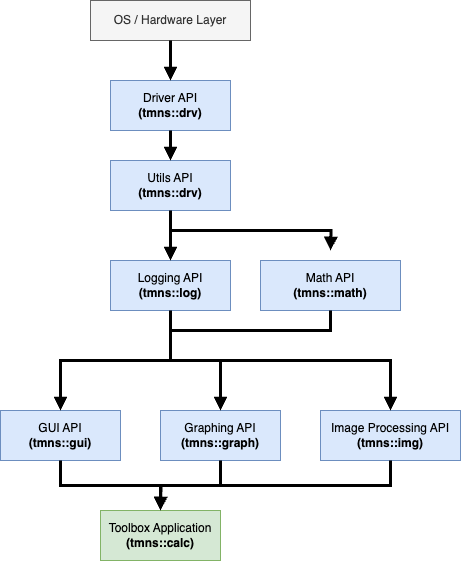
This is docs/diagrams/Calc-Dependencies.png from marvins/calc-app, a draw.io export, as it was before one commit. Source tidied: cells renumbered, new cells last; positions are measured from the earlier drawing's top-left corner, leaving out a move shared by most shapes. Source of this version:
```xml
<mxGraphModel>
  <root>
    <mxCell id="0" />
    <mxCell id="1" parent="0" />
    <mxCell id="2" value="Driver API&lt;div&gt;&lt;b&gt;(tmns::drv)&lt;/b&gt;&lt;/div&gt;" style="rounded=0;whiteSpace=wrap;html=1;fillColor=#dae8fc;strokeColor=#6c8ebf;" parent="1" vertex="1">
      <mxGeometry x="110" y="80" width="120" height="50" as="geometry" />
    </mxCell>
    <mxCell id="3" value="OS / Hardware Layer" style="rounded=0;whiteSpace=wrap;html=1;fillColor=#f5f5f5;fontColor=#333333;strokeColor=#666666;" parent="1" vertex="1">
      <mxGeometry x="90" width="160" height="40" as="geometry" />
    </mxCell>
    <mxCell id="4" value="Utils API&lt;div&gt;&lt;b&gt;(tmns::drv)&lt;/b&gt;&lt;/div&gt;" style="rounded=0;whiteSpace=wrap;html=1;fillColor=#dae8fc;strokeColor=#6c8ebf;" parent="1" vertex="1">
      <mxGeometry x="110" y="160" width="120" height="50" as="geometry" />
    </mxCell>
    <mxCell id="5" value="Logging API&lt;div&gt;&lt;b&gt;(tmns::log)&lt;/b&gt;&lt;/div&gt;" style="rounded=0;whiteSpace=wrap;html=1;fillColor=#dae8fc;strokeColor=#6c8ebf;" parent="1" vertex="1">
      <mxGeometry x="110" y="260" width="120" height="50" as="geometry" />
    </mxCell>
    <mxCell id="6" value="&lt;div&gt;GUI API&lt;/div&gt;&lt;div&gt;&lt;b&gt;(tmns::gui)&lt;/b&gt;&lt;/div&gt;" style="rounded=0;whiteSpace=wrap;html=1;fillColor=#dae8fc;strokeColor=#6c8ebf;" parent="1" vertex="1">
      <mxGeometry y="410" width="120" height="50" as="geometry" />
    </mxCell>
    <mxCell id="7" value="&lt;div&gt;Graphing API&lt;/div&gt;&lt;div&gt;&lt;b&gt;(tmns::graph)&lt;/b&gt;&lt;/div&gt;" style="rounded=0;whiteSpace=wrap;html=1;fillColor=#dae8fc;strokeColor=#6c8ebf;" parent="1" vertex="1">
      <mxGeometry x="160" y="410" width="120" height="50" as="geometry" />
    </mxCell>
    <mxCell id="8" value="&lt;div&gt;&lt;span style=&quot;background-color: transparent; color: light-dark(rgb(0, 0, 0), rgb(255, 255, 255));&quot;&gt;Toolbox Application&lt;/span&gt;&lt;/div&gt;&lt;div&gt;&lt;b style=&quot;background-color: transparent; color: light-dark(rgb(0, 0, 0), rgb(255, 255, 255));&quot;&gt;(tmns::calc)&lt;/b&gt;&lt;/div&gt;" style="rounded=0;whiteSpace=wrap;html=1;fillColor=#d5e8d4;strokeColor=#82b366;" parent="1" vertex="1">
      <mxGeometry x="100" y="510" width="120" height="50" as="geometry" />
    </mxCell>
    <mxCell id="9" style="endArrow=block;html=1;rounded=0;exitX=0.5;exitY=1;exitDx=0;exitDy=0;entryX=0.5;entryY=0;entryDx=0;entryDy=0;strokeWidth=3;endFill=1;" parent="1" edge="1" source="2" target="4">
      <mxGeometry relative="1" as="geometry" />
    </mxCell>
    <mxCell id="10" style="endArrow=block;html=1;rounded=0;exitX=0.5;exitY=1;exitDx=0;exitDy=0;strokeWidth=3;endFill=1;" parent="1" edge="1" source="3">
      <mxGeometry relative="1" as="geometry">
        <mxPoint x="170" y="80" as="targetPoint" />
      </mxGeometry>
    </mxCell>
    <mxCell id="11" style="endArrow=block;html=1;rounded=0;strokeWidth=3;endFill=1;entryX=0.5;entryY=0;entryDx=0;entryDy=0;exitX=0.5;exitY=1;exitDx=0;exitDy=0;" parent="1" edge="1" source="4" target="5">
      <mxGeometry relative="1" as="geometry" />
    </mxCell>
    <mxCell id="12" style="endArrow=block;html=1;rounded=0;strokeWidth=3;endFill=1;entryX=0.5;entryY=0;entryDx=0;entryDy=0;exitX=0.5;exitY=1;exitDx=0;exitDy=0;edgeStyle=orthogonalEdgeStyle;" parent="1" edge="1" source="5" target="6">
      <mxGeometry relative="1" as="geometry" />
    </mxCell>
    <mxCell id="13" style="endArrow=block;html=1;rounded=0;strokeWidth=3;endFill=1;entryX=0.5;entryY=0;entryDx=0;entryDy=0;exitX=0.5;exitY=1;exitDx=0;exitDy=0;edgeStyle=orthogonalEdgeStyle;" parent="1" edge="1" source="5" target="7">
      <mxGeometry relative="1" as="geometry" />
    </mxCell>
    <mxCell id="14" style="endArrow=block;html=1;rounded=0;strokeWidth=3;endFill=1;entryX=0.5;entryY=0;entryDx=0;entryDy=0;exitX=0.5;exitY=1;exitDx=0;exitDy=0;edgeStyle=orthogonalEdgeStyle;" parent="1" edge="1" source="6" target="8">
      <mxGeometry relative="1" as="geometry" />
    </mxCell>
    <mxCell id="15" style="endArrow=block;html=1;rounded=0;strokeWidth=3;endFill=1;exitX=0.5;exitY=1;exitDx=0;exitDy=0;edgeStyle=orthogonalEdgeStyle;" parent="1" edge="1" source="7">
      <mxGeometry relative="1" as="geometry">
        <mxPoint x="160" y="510" as="targetPoint" />
      </mxGeometry>
    </mxCell>
    <mxCell id="16" value="&lt;div&gt;Image Processing API&lt;/div&gt;&lt;div&gt;&lt;b&gt;(tmns::img)&lt;/b&gt;&lt;/div&gt;" style="rounded=0;whiteSpace=wrap;html=1;fillColor=#dae8fc;strokeColor=#6c8ebf;" parent="1" vertex="1">
      <mxGeometry x="320" y="410" width="140" height="50" as="geometry" />
    </mxCell>
    <mxCell id="17" style="endArrow=block;html=1;rounded=0;strokeWidth=3;endFill=1;entryX=0.5;entryY=0;entryDx=0;entryDy=0;exitX=0.5;exitY=1;exitDx=0;exitDy=0;edgeStyle=orthogonalEdgeStyle;" parent="1" edge="1" source="5" target="16">
      <mxGeometry relative="1" as="geometry" />
    </mxCell>
    <mxCell id="18" style="endArrow=block;html=1;rounded=0;strokeWidth=3;endFill=1;entryX=0.5;entryY=0;entryDx=0;entryDy=0;exitX=0.5;exitY=1;exitDx=0;exitDy=0;edgeStyle=orthogonalEdgeStyle;" parent="1" edge="1" source="16" target="8">
      <mxGeometry relative="1" as="geometry" />
    </mxCell>
    <mxCell id="19" value="&lt;div&gt;&lt;span style=&quot;background-color: transparent; color: light-dark(rgb(0, 0, 0), rgb(255, 255, 255));&quot;&gt;Math API&lt;/span&gt;&lt;/div&gt;&lt;div&gt;&lt;b style=&quot;background-color: transparent; color: light-dark(rgb(0, 0, 0), rgb(255, 255, 255));&quot;&gt;(tmns::math)&lt;/b&gt;&lt;/div&gt;" style="rounded=0;whiteSpace=wrap;html=1;fillColor=#dae8fc;strokeColor=#6c8ebf;" parent="1" vertex="1">
      <mxGeometry x="260" y="260" width="140" height="50" as="geometry" />
    </mxCell>
    <mxCell id="20" style="endArrow=block;html=1;rounded=0;strokeWidth=3;endFill=1;exitX=0.5;exitY=1;exitDx=0;exitDy=0;edgeStyle=orthogonalEdgeStyle;" parent="1" edge="1" source="4">
      <mxGeometry relative="1" as="geometry">
        <mxPoint x="330" y="250" as="targetPoint" />
      </mxGeometry>
    </mxCell>
    <mxCell id="21" style="endArrow=none;html=1;rounded=0;strokeWidth=3;endFill=0;exitX=0.5;exitY=1;exitDx=0;exitDy=0;edgeStyle=orthogonalEdgeStyle;entryX=0.5;entryY=1;entryDx=0;entryDy=0;" parent="1" edge="1" source="5" target="19">
      <mxGeometry relative="1" as="geometry">
        <Array as="points">
          <mxPoint x="170" y="330" />
          <mxPoint x="330" y="330" />
        </Array>
      </mxGeometry>
    </mxCell>
  </root>
</mxGraphModel>
```
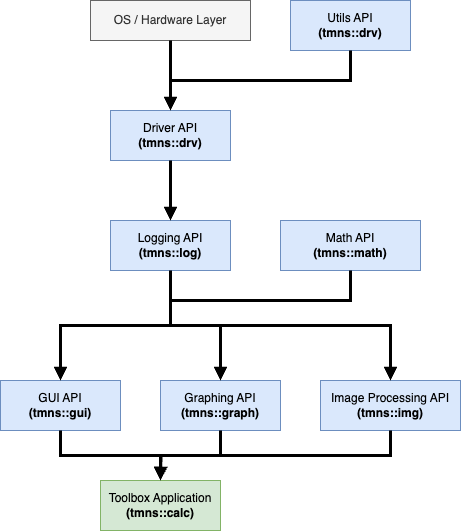
After the change.

The edit, as a diff of the source:
```diff
@@ -3,16 +3,16 @@
     <mxCell id="0" />
     <mxCell id="1" parent="0" />
     <mxCell id="2" value="Driver API&lt;div&gt;&lt;b&gt;(tmns::drv)&lt;/b&gt;&lt;/div&gt;" style="rounded=0;whiteSpace=wrap;html=1;fillColor=#dae8fc;strokeColor=#6c8ebf;" parent="1" vertex="1">
-      <mxGeometry x="110" y="80" width="120" height="50" as="geometry" />
+      <mxGeometry x="110" y="140" width="120" height="50" as="geometry" />
     </mxCell>
     <mxCell id="3" value="OS / Hardware Layer" style="rounded=0;whiteSpace=wrap;html=1;fillColor=#f5f5f5;fontColor=#333333;strokeColor=#666666;" parent="1" vertex="1">
-      <mxGeometry x="90" width="160" height="40" as="geometry" />
+      <mxGeometry x="90" y="30" width="160" height="40" as="geometry" />
     </mxCell>
     <mxCell id="4" value="Utils API&lt;div&gt;&lt;b&gt;(tmns::drv)&lt;/b&gt;&lt;/div&gt;" style="rounded=0;whiteSpace=wrap;html=1;fillColor=#dae8fc;strokeColor=#6c8ebf;" parent="1" vertex="1">
-      <mxGeometry x="110" y="160" width="120" height="50" as="geometry" />
+      <mxGeometry x="290" y="30" width="120" height="50" as="geometry" />
     </mxCell>
     <mxCell id="5" value="Logging API&lt;div&gt;&lt;b&gt;(tmns::log)&lt;/b&gt;&lt;/div&gt;" style="rounded=0;whiteSpace=wrap;html=1;fillColor=#dae8fc;strokeColor=#6c8ebf;" parent="1" vertex="1">
-      <mxGeometry x="110" y="260" width="120" height="50" as="geometry" />
+      <mxGeometry x="110" y="250" width="120" height="50" as="geometry" />
     </mxCell>
     <mxCell id="6" value="&lt;div&gt;GUI API&lt;/div&gt;&lt;div&gt;&lt;b&gt;(tmns::gui)&lt;/b&gt;&lt;/div&gt;" style="rounded=0;whiteSpace=wrap;html=1;fillColor=#dae8fc;strokeColor=#6c8ebf;" parent="1" vertex="1">
       <mxGeometry y="410" width="120" height="50" as="geometry" />
@@ -23,15 +23,17 @@
     <mxCell id="8" value="&lt;div&gt;&lt;span style=&quot;background-color: transparent; color: light-dark(rgb(0, 0, 0), rgb(255, 255, 255));&quot;&gt;Toolbox Application&lt;/span&gt;&lt;/div&gt;&lt;div&gt;&lt;b style=&quot;background-color: transparent; color: light-dark(rgb(0, 0, 0), rgb(255, 255, 255));&quot;&gt;(tmns::calc)&lt;/b&gt;&lt;/div&gt;" style="rounded=0;whiteSpace=wrap;html=1;fillColor=#d5e8d4;strokeColor=#82b366;" parent="1" vertex="1">
       <mxGeometry x="100" y="510" width="120" height="50" as="geometry" />
     </mxCell>
-    <mxCell id="9" style="endArrow=block;html=1;rounded=0;exitX=0.5;exitY=1;exitDx=0;exitDy=0;entryX=0.5;entryY=0;entryDx=0;entryDy=0;strokeWidth=3;endFill=1;" parent="1" edge="1" source="2" target="4">
+    <mxCell id="9" style="endArrow=block;html=1;rounded=0;exitX=0.5;exitY=1;exitDx=0;exitDy=0;entryX=0.5;entryY=0;entryDx=0;entryDy=0;strokeWidth=3;endFill=1;" parent="1" edge="1" source="2" target="5">
       <mxGeometry relative="1" as="geometry" />
     </mxCell>
-    <mxCell id="10" style="endArrow=block;html=1;rounded=0;exitX=0.5;exitY=1;exitDx=0;exitDy=0;strokeWidth=3;endFill=1;" parent="1" edge="1" source="3">
+    <mxCell id="10" style="endArrow=block;html=1;rounded=0;exitX=0.5;exitY=1;exitDx=0;exitDy=0;strokeWidth=3;endFill=1;entryX=0.5;entryY=0;entryDx=0;entryDy=0;" parent="1" edge="1" source="3" target="2">
       <mxGeometry relative="1" as="geometry">
-        <mxPoint x="170" y="80" as="targetPoint" />
+        <Array as="points">
+          <mxPoint x="170" y="70" />
+        </Array>
       </mxGeometry>
     </mxCell>
-    <mxCell id="11" style="endArrow=block;html=1;rounded=0;strokeWidth=3;endFill=1;entryX=0.5;entryY=0;entryDx=0;entryDy=0;exitX=0.5;exitY=1;exitDx=0;exitDy=0;" parent="1" edge="1" source="4" target="5">
+    <mxCell id="11" style="endArrow=block;html=1;rounded=0;strokeWidth=3;endFill=1;entryX=0.5;entryY=0;entryDx=0;entryDy=0;exitX=0.5;exitY=1;exitDx=0;exitDy=0;edgeStyle=orthogonalEdgeStyle;" parent="1" edge="1" source="4" target="2">
       <mxGeometry relative="1" as="geometry" />
     </mxCell>
     <mxCell id="12" style="endArrow=block;html=1;rounded=0;strokeWidth=3;endFill=1;entryX=0.5;entryY=0;entryDx=0;entryDy=0;exitX=0.5;exitY=1;exitDx=0;exitDy=0;edgeStyle=orthogonalEdgeStyle;" parent="1" edge="1" source="5" target="6">
@@ -58,18 +60,13 @@
       <mxGeometry relative="1" as="geometry" />
     </mxCell>
     <mxCell id="19" value="&lt;div&gt;&lt;span style=&quot;background-color: transparent; color: light-dark(rgb(0, 0, 0), rgb(255, 255, 255));&quot;&gt;Math API&lt;/span&gt;&lt;/div&gt;&lt;div&gt;&lt;b style=&quot;background-color: transparent; color: light-dark(rgb(0, 0, 0), rgb(255, 255, 255));&quot;&gt;(tmns::math)&lt;/b&gt;&lt;/div&gt;" style="rounded=0;whiteSpace=wrap;html=1;fillColor=#dae8fc;strokeColor=#6c8ebf;" parent="1" vertex="1">
-      <mxGeometry x="260" y="260" width="140" height="50" as="geometry" />
+      <mxGeometry x="280" y="250" width="140" height="50" as="geometry" />
     </mxCell>
-    <mxCell id="20" style="endArrow=block;html=1;rounded=0;strokeWidth=3;endFill=1;exitX=0.5;exitY=1;exitDx=0;exitDy=0;edgeStyle=orthogonalEdgeStyle;" parent="1" edge="1" source="4">
-      <mxGeometry relative="1" as="geometry">
-        <mxPoint x="330" y="250" as="targetPoint" />
-      </mxGeometry>
-    </mxCell>
-    <mxCell id="21" style="endArrow=none;html=1;rounded=0;strokeWidth=3;endFill=0;exitX=0.5;exitY=1;exitDx=0;exitDy=0;edgeStyle=orthogonalEdgeStyle;entryX=0.5;entryY=1;entryDx=0;entryDy=0;" parent="1" edge="1" source="5" target="19">
+    <mxCell id="21" style="endArrow=none;html=1;rounded=0;strokeWidth=3;endFill=0;entryX=0.5;entryY=1;entryDx=0;entryDy=0;exitX=0.5;exitY=1;exitDx=0;exitDy=0;edgeStyle=orthogonalEdgeStyle;" parent="1" edge="1" source="5" target="19">
       <mxGeometry relative="1" as="geometry">
         <Array as="points">
           <mxPoint x="170" y="330" />
-          <mxPoint x="330" y="330" />
+          <mxPoint x="350" y="330" />
         </Array>
       </mxGeometry>
     </mxCell>
```
